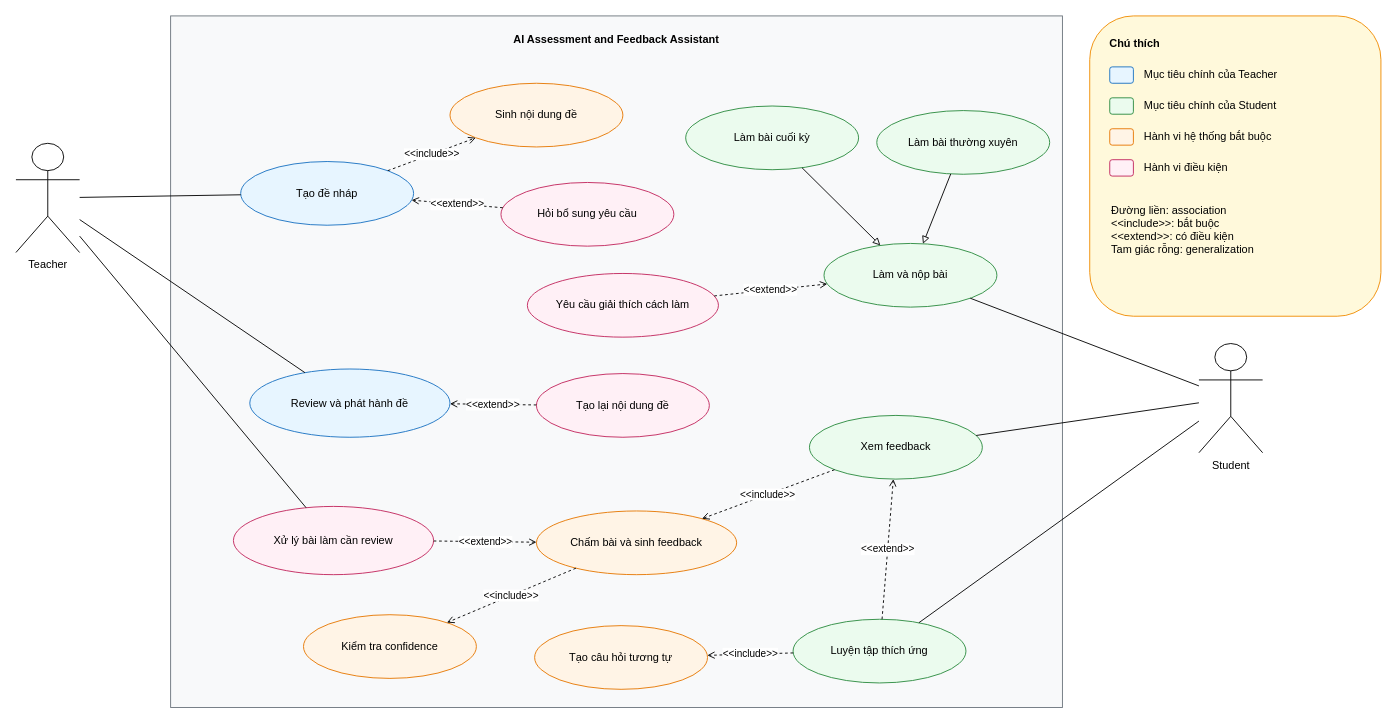
biabeogo147/AI-Assessment-and-Feedback-Assistant keeps this draw.io diagram as docs/diagrams/use-case.drawio. Above is the earlier version. Source tidied: cells renumbered, new cells numbered last; positions are measured from the earlier drawing's top-left corner, leaving out a move shared by most shapes. Both pictures are drawn from the tidied source at 91%, with x=0, y=0 at pixel (15, 15).
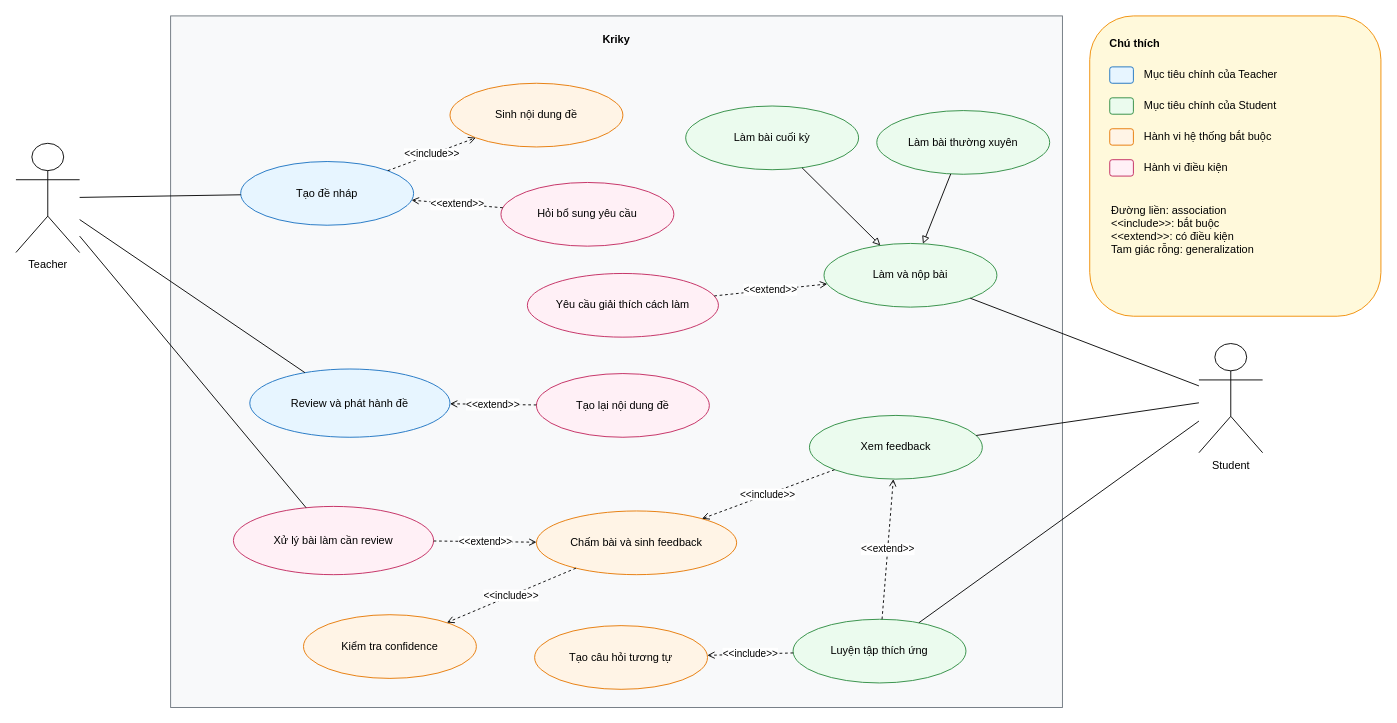
Above is the later version.

Commit message (it also covers changes not shown here):
docs: rename the product to Kriky in the diagrams

The three diagrams still carried the old working title. Only the display
name changes; the repo directory, conda env, Redis container and queue
prefix keep `aiafa` on purpose, and README now says why.

Claude-Session: https://claude.ai/code/session_01A7qGcikNoKNf7oh5yrjbf2

Change to the diagram source:
```diff
@@
-    <mxCell id="2" value="AI Assessment and Feedback Assistant" style="rounded=0;whiteSpace=wrap;html=1;fillColor=#f8f9fa;strokeColor=#6c757d;fontStyle=1;verticalAlign=top;spacingTop=12;" parent="1" vertex="1">
+    <mxCell id="2" value="Kriky" style="rounded=0;whiteSpace=wrap;html=1;fillColor=#f8f9fa;strokeColor=#6c757d;fontStyle=1;verticalAlign=top;spacingTop=12;" parent="1" vertex="1">
       <mxGeometry x="170" width="980" height="760" as="geometry" />
     </mxCell>
```
